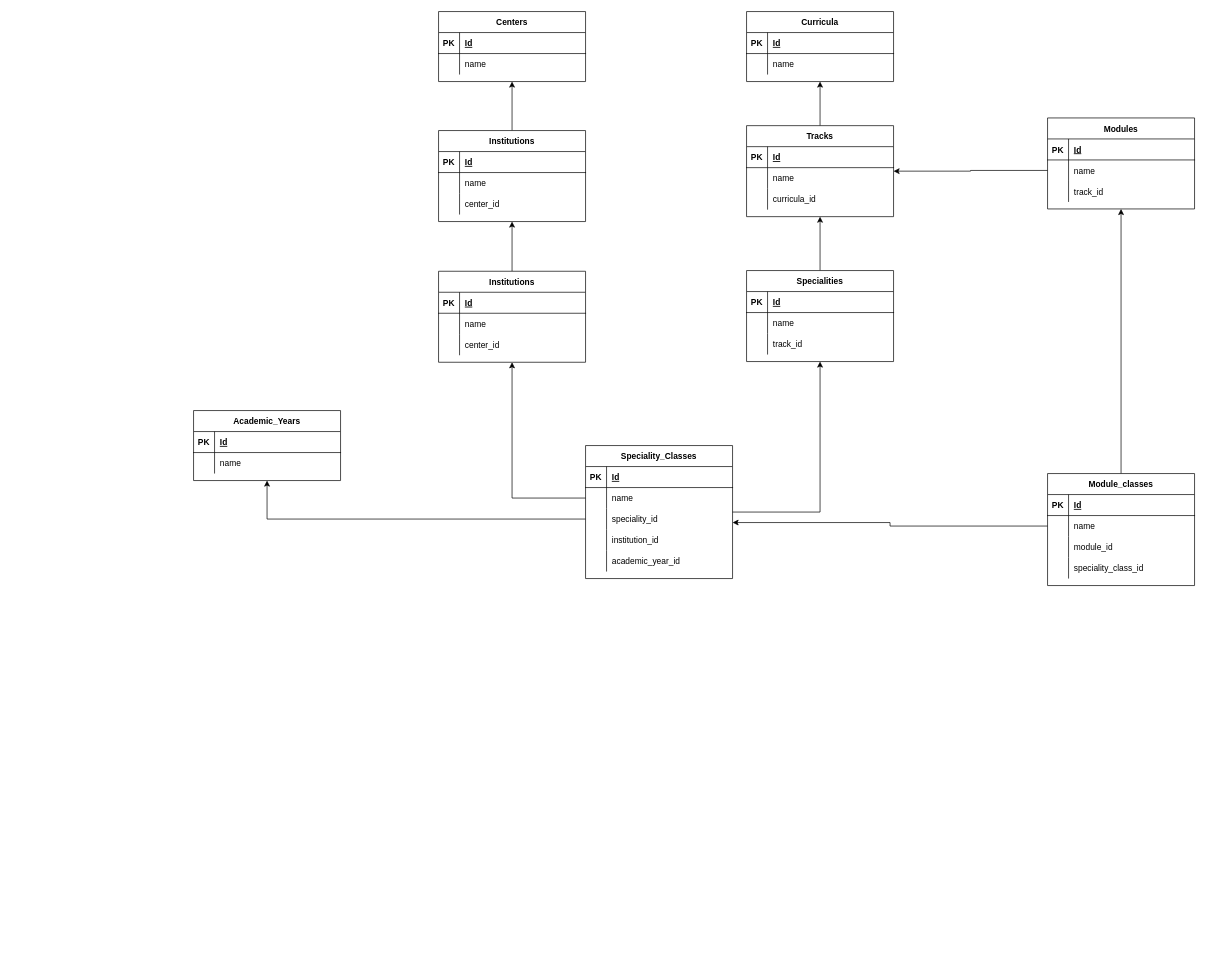
Above: Untitled Diagram.drawio in ymsaadi/use-context-test (draw.io), before the change. Source tidied: cells renumbered, new cells numbered last; positions are measured from the earlier drawing's top-left corner, leaving out a move shared by most shapes. Both pictures are drawn from the tidied source at 70%, with x=0, y=0 at pixel (193, 11).
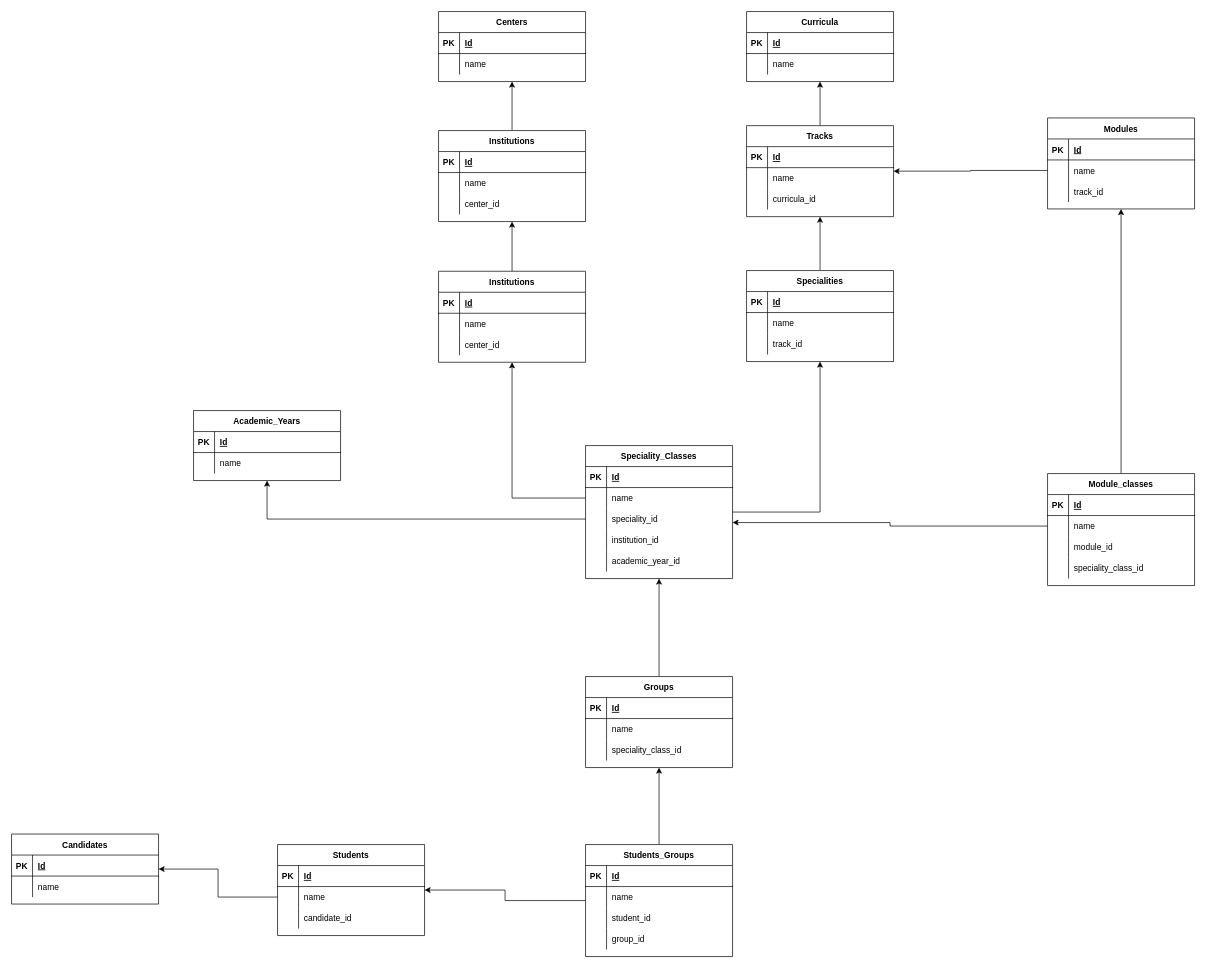
The same page after the edit.

The change refers to these unchanged cells:
```xml
<mxCell id="61" value="Speciality_Classes" style="shape=table;startSize=30;childLayout=tableLayout;rowLines=0;fontStyle=1;align=center;" parent="1" vertex="1">
  <mxGeometry x="560" y="620" width="210" height="190" as="geometry" />
</mxCell>
```

Change to the diagram source:
```diff
@@
+    <mxCell id="112" style="edgeStyle=orthogonalEdgeStyle;rounded=0;jettySize=auto;html=1;" parent="1" edge="1" source="113" target="61">
+      <mxGeometry relative="1" as="geometry" />
+    </mxCell>
+    <mxCell id="113" value="Groups" style="shape=table;startSize=30;childLayout=tableLayout;rowLines=0;fontStyle=1;align=center;" parent="1" vertex="1">
+      <mxGeometry x="560" y="950" width="210" height="130" as="geometry" />
+    </mxCell>
+    <mxCell id="114" style="shape=partialRectangle;fillColor=none;top=0;left=0;right=0;bottom=1;" parent="113" vertex="1">
+      <mxGeometry y="30" width="210" height="30" as="geometry" />
+    </mxCell>
+    <mxCell id="115" value="PK" style="shape=partialRectangle;overflow=hidden;fillColor=none;top=0;left=0;bottom=0;right=0;fontStyle=1;" parent="114" vertex="1">
+      <mxGeometry width="30" height="30" as="geometry" />
+    </mxCell>
+    <mxCell id="116" value="Id" style="shape=partialRectangle;overflow=hidden;fillColor=none;top=0;left=0;bottom=0;right=0;align=left;spacingLeft=6;fontStyle=5;" parent="114" vertex="1">
+      <mxGeometry x="30" width="180" height="30" as="geometry" />
+    </mxCell>
+    <mxCell id="117" style="shape=partialRectangle;fillColor=none;top=0;left=0;right=0;bottom=0;" parent="113" vertex="1">
+      <mxGeometry y="60" width="210" height="30" as="geometry" />
+    </mxCell>
+    <mxCell id="118" style="shape=partialRectangle;overflow=hidden;fillColor=none;top=0;left=0;bottom=0;right=0;" parent="117" vertex="1">
+      <mxGeometry width="30" height="30" as="geometry" />
+    </mxCell>
+    <mxCell id="119" value="name" style="shape=partialRectangle;overflow=hidden;fillColor=none;top=0;left=0;bottom=0;right=0;align=left;spacingLeft=6;" parent="117" vertex="1">
+      <mxGeometry x="30" width="180" height="30" as="geometry" />
+    </mxCell>
+    <mxCell id="120" style="shape=partialRectangle;fillColor=none;top=0;left=0;right=0;bottom=0;" parent="113" vertex="1">
+      <mxGeometry y="90" width="210" height="30" as="geometry" />
+    </mxCell>
+    <mxCell id="121" style="shape=partialRectangle;overflow=hidden;fillColor=none;top=0;left=0;bottom=0;right=0;" parent="120" vertex="1">
+      <mxGeometry width="30" height="30" as="geometry" />
+    </mxCell>
+    <mxCell id="122" value="speciality_class_id" style="shape=partialRectangle;overflow=hidden;fillColor=none;top=0;left=0;bottom=0;right=0;align=left;spacingLeft=6;" parent="120" vertex="1">
+      <mxGeometry x="30" width="180" height="30" as="geometry" />
+    </mxCell>
+    <mxCell id="123" value="Students" style="shape=table;startSize=30;childLayout=tableLayout;rowLines=0;fontStyle=1;align=center;" parent="1" vertex="1">
+      <mxGeometry x="120" y="1190" width="210" height="130" as="geometry" />
+    </mxCell>
+    <mxCell id="124" style="shape=partialRectangle;fillColor=none;top=0;left=0;right=0;bottom=1;" parent="123" vertex="1">
+      <mxGeometry y="30" width="210" height="30" as="geometry" />
+    </mxCell>
+    <mxCell id="125" value="PK" style="shape=partialRectangle;overflow=hidden;fillColor=none;top=0;left=0;bottom=0;right=0;fontStyle=1;" parent="124" vertex="1">
+      <mxGeometry width="30" height="30" as="geometry" />
+    </mxCell>
+    <mxCell id="126" value="Id" style="shape=partialRectangle;overflow=hidden;fillColor=none;top=0;left=0;bottom=0;right=0;align=left;spacingLeft=6;fontStyle=5;" parent="124" vertex="1">
+      <mxGeometry x="30" width="180" height="30" as="geometry" />
+    </mxCell>
+    <mxCell id="127" style="shape=partialRectangle;fillColor=none;points=[[0,0.5],[1,0.5]];portConstraint=eastwest;top=0;left=0;right=0;bottom=0;" parent="123" vertex="1">
+      <mxGeometry y="60" width="210" height="30" as="geometry" />
+    </mxCell>
+    <mxCell id="128" style="shape=partialRectangle;overflow=hidden;fillColor=none;top=0;left=0;bottom=0;right=0;" parent="127" vertex="1">
+      <mxGeometry width="30" height="30" as="geometry" />
+    </mxCell>
+    <mxCell id="129" value="name" style="shape=partialRectangle;overflow=hidden;fillColor=none;top=0;left=0;bottom=0;right=0;align=left;spacingLeft=6;" parent="127" vertex="1">
+      <mxGeometry x="30" width="180" height="30" as="geometry" />
+    </mxCell>
+    <mxCell id="130" style="shape=partialRectangle;fillColor=none;top=0;left=0;right=0;bottom=0;" parent="123" vertex="1">
+      <mxGeometry y="90" width="210" height="30" as="geometry" />
+    </mxCell>
+    <mxCell id="131" style="shape=partialRectangle;overflow=hidden;fillColor=none;top=0;left=0;bottom=0;right=0;" parent="130" vertex="1">
+      <mxGeometry width="30" height="30" as="geometry" />
+    </mxCell>
+    <mxCell id="132" value="candidate_id" style="shape=partialRectangle;overflow=hidden;fillColor=none;top=0;left=0;bottom=0;right=0;align=left;spacingLeft=6;" parent="130" vertex="1">
+      <mxGeometry x="30" width="180" height="30" as="geometry" />
+    </mxCell>
+    <mxCell id="133" style="edgeStyle=orthogonalEdgeStyle;rounded=0;jettySize=auto;html=1;" parent="1" edge="1" source="135" target="123">
+      <mxGeometry relative="1" as="geometry" />
+    </mxCell>
+    <mxCell id="134" style="edgeStyle=orthogonalEdgeStyle;rounded=0;jettySize=auto;html=1;" parent="1" edge="1" source="135" target="113">
+      <mxGeometry relative="1" as="geometry" />
+    </mxCell>
+    <mxCell id="135" value="Students_Groups" style="shape=table;startSize=30;childLayout=tableLayout;rowLines=0;fontStyle=1;align=center;" parent="1" vertex="1">
+      <mxGeometry x="560" y="1190" width="210" height="160" as="geometry" />
+    </mxCell>
+    <mxCell id="136" style="shape=partialRectangle;fillColor=none;top=0;left=0;right=0;bottom=1;" parent="135" vertex="1">
+      <mxGeometry y="30" width="210" height="30" as="geometry" />
+    </mxCell>
+    <mxCell id="137" value="PK" style="shape=partialRectangle;overflow=hidden;fillColor=none;top=0;left=0;bottom=0;right=0;fontStyle=1;" parent="136" vertex="1">
+      <mxGeometry width="30" height="30" as="geometry" />
+    </mxCell>
+    <mxCell id="138" value="Id" style="shape=partialRectangle;overflow=hidden;fillColor=none;top=0;left=0;bottom=0;right=0;align=left;spacingLeft=6;fontStyle=5;" parent="136" vertex="1">
+      <mxGeometry x="30" width="180" height="30" as="geometry" />
+    </mxCell>
+    <mxCell id="139" style="shape=partialRectangle;fillColor=none;top=0;left=0;right=0;bottom=0;" parent="135" vertex="1">
+      <mxGeometry y="60" width="210" height="30" as="geometry" />
+    </mxCell>
+    <mxCell id="140" style="shape=partialRectangle;overflow=hidden;fillColor=none;top=0;left=0;bottom=0;right=0;" parent="139" vertex="1">
+      <mxGeometry width="30" height="30" as="geometry" />
+    </mxCell>
+    <mxCell id="141" value="name" style="shape=partialRectangle;overflow=hidden;fillColor=none;top=0;left=0;bottom=0;right=0;align=left;spacingLeft=6;" parent="139" vertex="1">
+      <mxGeometry x="30" width="180" height="30" as="geometry" />
+    </mxCell>
+    <mxCell id="142" style="shape=partialRectangle;fillColor=none;top=0;left=0;right=0;bottom=0;" parent="135" vertex="1">
+      <mxGeometry y="90" width="210" height="30" as="geometry" />
+    </mxCell>
+    <mxCell id="143" style="shape=partialRectangle;overflow=hidden;fillColor=none;top=0;left=0;bottom=0;right=0;" parent="142" vertex="1">
+      <mxGeometry width="30" height="30" as="geometry" />
+    </mxCell>
+    <mxCell id="144" value="student_id" style="shape=partialRectangle;overflow=hidden;fillColor=none;top=0;left=0;bottom=0;right=0;align=left;spacingLeft=6;" parent="142" vertex="1">
+      <mxGeometry x="30" width="180" height="30" as="geometry" />
+    </mxCell>
+    <mxCell id="145" style="shape=partialRectangle;fillColor=none;top=0;left=0;right=0;bottom=0;" parent="135" vertex="1">
+      <mxGeometry y="120" width="210" height="30" as="geometry" />
+    </mxCell>
+    <mxCell id="146" style="shape=partialRectangle;overflow=hidden;fillColor=none;top=0;left=0;bottom=0;right=0;" parent="145" vertex="1">
+      <mxGeometry width="30" height="30" as="geometry" />
+    </mxCell>
+    <mxCell id="147" value="group_id" style="shape=partialRectangle;overflow=hidden;fillColor=none;top=0;left=0;bottom=0;right=0;align=left;spacingLeft=6;" parent="145" vertex="1">
+      <mxGeometry x="30" width="180" height="30" as="geometry" />
+    </mxCell>
+    <mxCell id="148" value="Candidates" style="shape=table;startSize=30;childLayout=tableLayout;rowLines=0;fontStyle=1;align=center;" parent="1" vertex="1">
+      <mxGeometry x="-260" y="1175" width="210" height="100" as="geometry" />
+    </mxCell>
+    <mxCell id="149" style="shape=partialRectangle;fillColor=none;top=0;left=0;right=0;bottom=1;" parent="148" vertex="1">
+      <mxGeometry y="30" width="210" height="30" as="geometry" />
+    </mxCell>
+    <mxCell id="150" value="PK" style="shape=partialRectangle;overflow=hidden;fillColor=none;top=0;left=0;bottom=0;right=0;fontStyle=1;" parent="149" vertex="1">
+      <mxGeometry width="30" height="30" as="geometry" />
+    </mxCell>
+    <mxCell id="151" value="Id" style="shape=partialRectangle;overflow=hidden;fillColor=none;top=0;left=0;bottom=0;right=0;align=left;spacingLeft=6;fontStyle=5;" parent="149" vertex="1">
+      <mxGeometry x="30" width="180" height="30" as="geometry" />
+    </mxCell>
+    <mxCell id="152" style="shape=partialRectangle;fillColor=none;top=0;left=0;right=0;bottom=0;" parent="148" vertex="1">
+      <mxGeometry y="60" width="210" height="30" as="geometry" />
+    </mxCell>
+    <mxCell id="153" style="shape=partialRectangle;overflow=hidden;fillColor=none;top=0;left=0;bottom=0;right=0;" parent="152" vertex="1">
+      <mxGeometry width="30" height="30" as="geometry" />
+    </mxCell>
+    <mxCell id="154" value="name" style="shape=partialRectangle;overflow=hidden;fillColor=none;top=0;left=0;bottom=0;right=0;align=left;spacingLeft=6;" parent="152" vertex="1">
+      <mxGeometry x="30" width="180" height="30" as="geometry" />
+    </mxCell>
+    <mxCell id="155" style="edgeStyle=orthogonalEdgeStyle;rounded=0;jettySize=auto;html=1;" parent="1" edge="1" source="127" target="148">
+      <mxGeometry relative="1" as="geometry" />
+    </mxCell>
```
